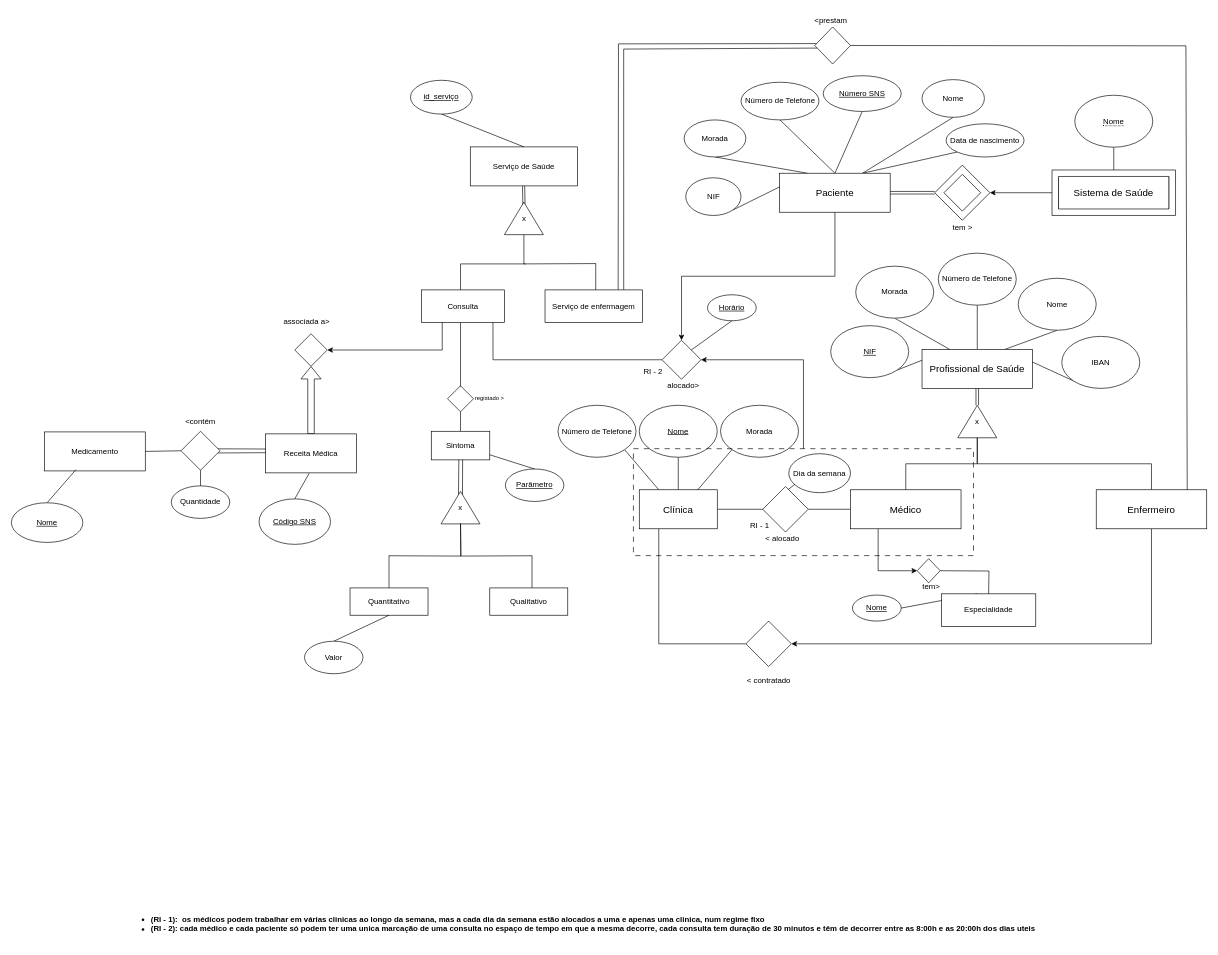
Zane-dev16/BD-projeto-E1 keeps this draw.io diagram as page "Page-1" (1 of 2) of diagrams/modelo_EA.drawio. Above is the earlier version. Source tidied: cells renumbered, new cells numbered last; positions are measured from the earlier drawing's top-left corner, leaving out a move shared by most shapes. Both pictures are drawn from the tidied source at 65%, with x=0, y=0 at pixel (11, 11).
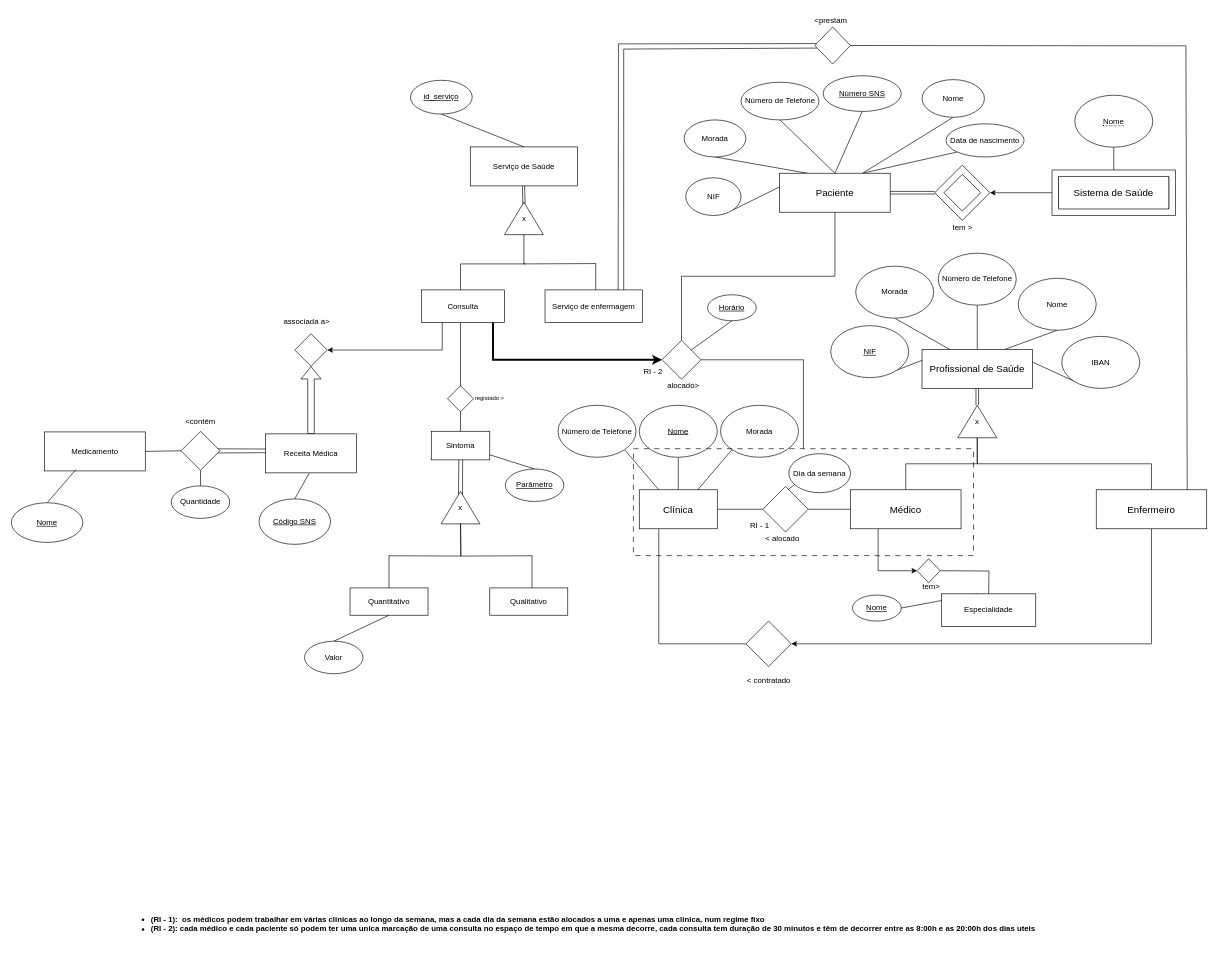
After the change.

Commit message:
Correct consultation connnection

Unchanged cells that the change refers to:
```xml
<mxCell id="43" value="&lt;span style=&quot;font-size: 15px;&quot;&gt;Paciente&lt;/span&gt;" style="rounded=0;whiteSpace=wrap;html=1;labelBackgroundColor=none;" parent="1" vertex="1">
  <mxGeometry x="1182" y="249" width="170" height="60" as="geometry" />
</mxCell>
<mxCell id="68" value="Consulta" style="rounded=0;whiteSpace=wrap;html=1;" parent="59" vertex="1">
  <mxGeometry y="220" width="127.5" height="50" as="geometry" />
</mxCell>
<mxCell id="93" style="rounded=0;whiteSpace=wrap;html=1;fillColor=none;dashed=1;dashPattern=8 8;" parent="1" vertex="1">
  <mxGeometry x="957" y="672.8" width="523.2" height="164.5" as="geometry" />
</mxCell>
<mxCell id="94" style="rhombus;whiteSpace=wrap;html=1;" parent="1" vertex="1">
  <mxGeometry x="1001" y="506" width="60" height="60" as="geometry" />
</mxCell>
```

Diff of the diagram source:
```diff
@@
-    <mxCell id="42" style="edgeStyle=orthogonalEdgeStyle;rounded=0;jettySize=auto;html=1;exitX=0.5;exitY=1;exitDx=0;exitDy=0;entryX=0.5;entryY=0;entryDx=0;entryDy=0;" parent="1" edge="1" source="43" target="94">
+    <mxCell id="42" style="edgeStyle=orthogonalEdgeStyle;rounded=0;jettySize=auto;html=1;exitX=0.5;exitY=1;exitDx=0;exitDy=0;entryX=0.5;entryY=0;entryDx=0;entryDy=0;endArrow=none;endFill=0;" parent="1" edge="1" source="43" target="94">
       <mxGeometry relative="1" as="geometry" />
     </mxCell>
@@
-    <mxCell id="92" style="edgeStyle=orthogonalEdgeStyle;rounded=0;jettySize=auto;html=1;exitX=0.5;exitY=0;exitDx=0;exitDy=0;entryX=1;entryY=0.5;entryDx=0;entryDy=0;" parent="1" edge="1" source="93" target="94">
+    <mxCell id="92" style="edgeStyle=orthogonalEdgeStyle;rounded=0;jettySize=auto;html=1;exitX=0.5;exitY=0;exitDx=0;exitDy=0;entryX=1;entryY=0.5;entryDx=0;entryDy=0;endArrow=none;endFill=0;" parent="1" edge="1" source="93" target="94">
       <mxGeometry relative="1" as="geometry" />
     </mxCell>
@@
-    <mxCell id="95" style="endArrow=none;html=1;rounded=0;exitX=0;exitY=0.5;exitDx=0;exitDy=0;entryX=0.862;entryY=1;entryDx=0;entryDy=0;entryPerimeter=0;" parent="1" edge="1" source="94" target="68">
+    <mxCell id="95" style="endArrow=none;html=1;rounded=0;exitX=0;exitY=0.5;exitDx=0;exitDy=0;entryX=0.862;entryY=1;entryDx=0;entryDy=0;entryPerimeter=0;endFill=0;startArrow=classic;startFill=1;strokeWidth=3;" parent="1" edge="1" source="94" target="68">
       <mxGeometry relative="1" as="geometry">
         <Array as="points">
           <mxPoint x="741" y="536" />
         </Array>
       </mxGeometry>
     </mxCell>
```
